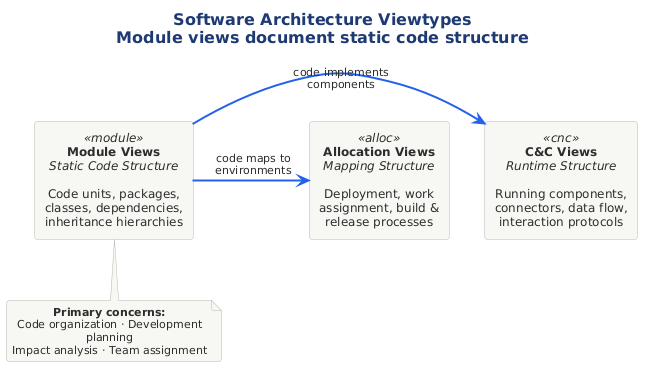
The PlantUML diagram src/architecture/views-and-beyond/style-catalogs/module/module-views/png/software-arch-viewtypes-module-views-static.png in Notoriousjayy/latex-docs, before a commit.
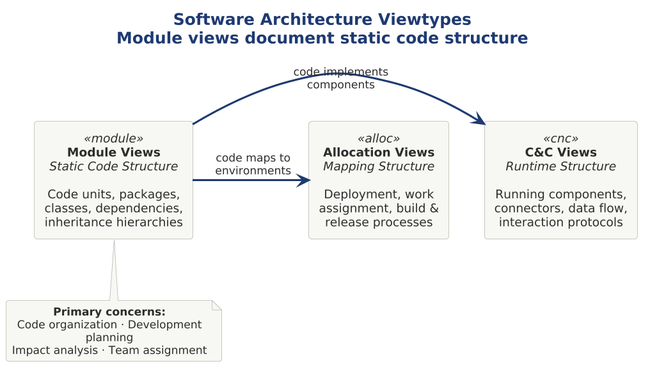
Above is the later version.

Change to the diagram source:
```diff
@@ -1,4 +1,8 @@
 @startuml
+
+skinparam dpi 150
+
+
 
 
 !include ../../../../../../tooling/styles/plantuml/structural/component-diagram-style.iuml
@@ -11,8 +15,8 @@
 
 rectangle "**Allocation Views**\n<i>Mapping Structure</i>\n\nDeployment, work\nassignment, build &\nrelease processes" as AV <<alloc>>
 
-MV -[#2563EB,bold]right-> CC : " code implements\n components "
-MV -[#2563EB,bold]right-> AV : " code maps to\n environments "
+MV -[$line_primary,bold]right-> CC : " code implements\n components "
+MV -[$line_primary,bold]right-> AV : " code maps to\n environments "
 
 note bottom of MV
   <b>Primary concerns:</b>
```
